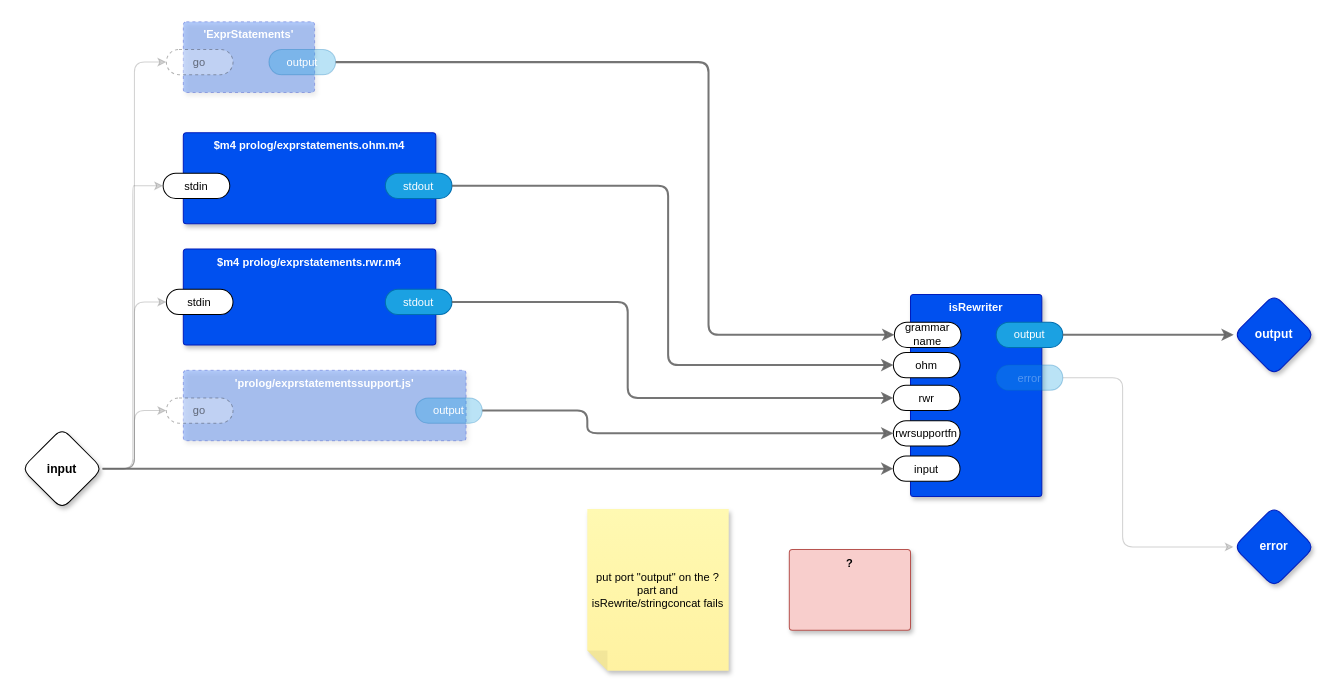
Above: page "Expression Statements" (11 of 20) of js/js.drawio in guitarvydas/transpiler (draw.io), before the change. Source tidied: cells renumbered, new cells numbered last; positions are measured from the earlier drawing's top-left corner, leaving out a move shared by most shapes. Both pictures are drawn from the tidied source at 101%, with x=0, y=0 at pixel (21, 21).
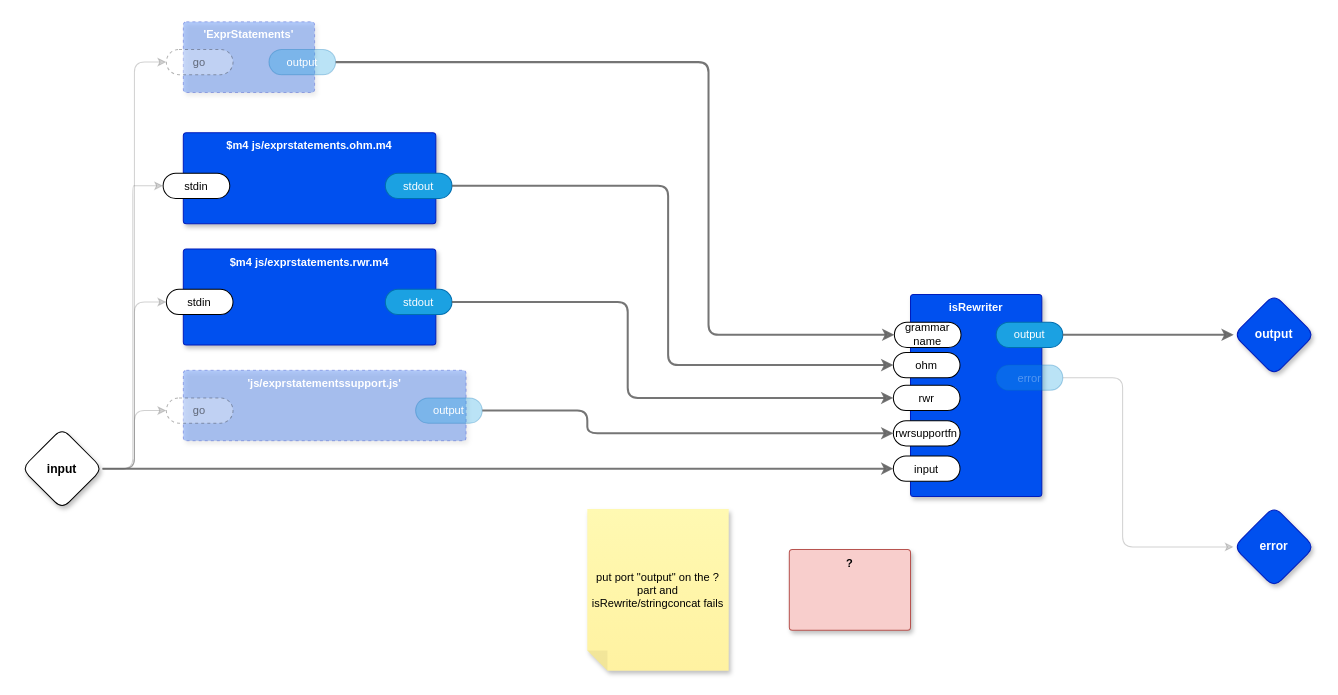
The same page after the edit.

Change to the diagram source:
```diff
@@
-    <mxCell id="23" value="$m4 prolog/exprstatements.ohm.m4" style="rounded=1;whiteSpace=wrap;html=1;sketch=0;verticalAlign=top;arcSize=6;fontStyle=1;absoluteArcSize=1;shadow=1;strokeColor=#001DBC;fillColor=#0050ef;fontColor=#ffffff;fontFamily=Helvetica;fontSize=11;" parent="1" vertex="1">
+    <mxCell id="23" value="$m4 js/exprstatements.ohm.m4" style="rounded=1;whiteSpace=wrap;html=1;sketch=0;verticalAlign=top;arcSize=6;fontStyle=1;absoluteArcSize=1;shadow=1;strokeColor=#001DBC;fillColor=#0050ef;fontColor=#ffffff;fontFamily=Helvetica;fontSize=11;" parent="1" vertex="1">
       <mxGeometry x="160" y="110" width="250" height="90" as="geometry" />
     </mxCell>
@@
-    <mxCell id="27" value="$m4 prolog/exprstatements.rwr.m4" style="rounded=1;whiteSpace=wrap;html=1;sketch=0;verticalAlign=top;arcSize=6;fontStyle=1;absoluteArcSize=1;shadow=1;strokeColor=#001DBC;fillColor=#0050ef;fontColor=#ffffff;fontFamily=Helvetica;fontSize=11;" parent="1" vertex="1">
+    <mxCell id="27" value="$m4 js/exprstatements.rwr.m4" style="rounded=1;whiteSpace=wrap;html=1;sketch=0;verticalAlign=top;arcSize=6;fontStyle=1;absoluteArcSize=1;shadow=1;strokeColor=#001DBC;fillColor=#0050ef;fontColor=#ffffff;fontFamily=Helvetica;fontSize=11;" parent="1" vertex="1">
       <mxGeometry x="160" y="225" width="250" height="95" as="geometry" />
     </mxCell>
@@
-    <mxCell id="30" value="'prolog/exprstatementssupport.js'" style="rounded=1;whiteSpace=wrap;html=1;sketch=0;verticalAlign=top;arcSize=6;fontStyle=1;absoluteArcSize=1;shadow=1;strokeColor=#001DBC;fillColor=#0050ef;fontColor=#ffffff;fontFamily=Helvetica;fontSize=11;dashed=1;opacity=30;" parent="1" vertex="1">
+    <mxCell id="30" value="'js/exprstatementssupport.js'" style="rounded=1;whiteSpace=wrap;html=1;sketch=0;verticalAlign=top;arcSize=6;fontStyle=1;absoluteArcSize=1;shadow=1;strokeColor=#001DBC;fillColor=#0050ef;fontColor=#ffffff;fontFamily=Helvetica;fontSize=11;dashed=1;opacity=30;" parent="1" vertex="1">
       <mxGeometry x="160" y="345" width="280" height="70" as="geometry" />
     </mxCell>
```
